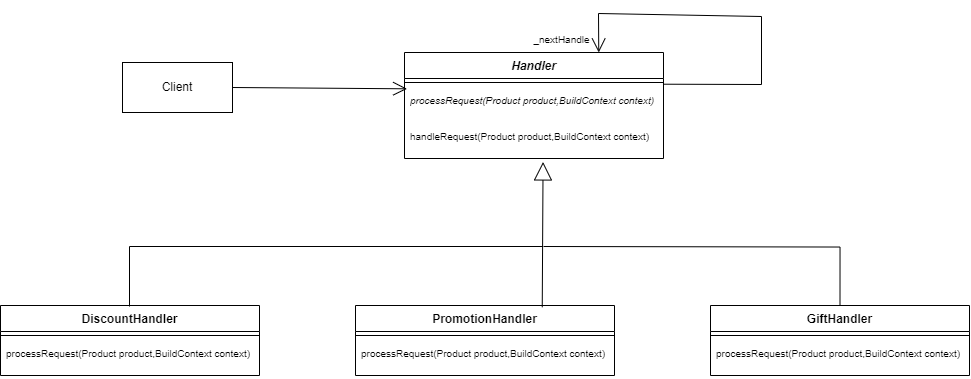
This is diagram.drawio.png from xiangxiang3451/OOAP_03, a draw.io export, as it was before one commit. Source tidied: cells renumbered, new cells last; positions are measured from the earlier drawing's top-left corner, leaving out a move shared by most shapes.
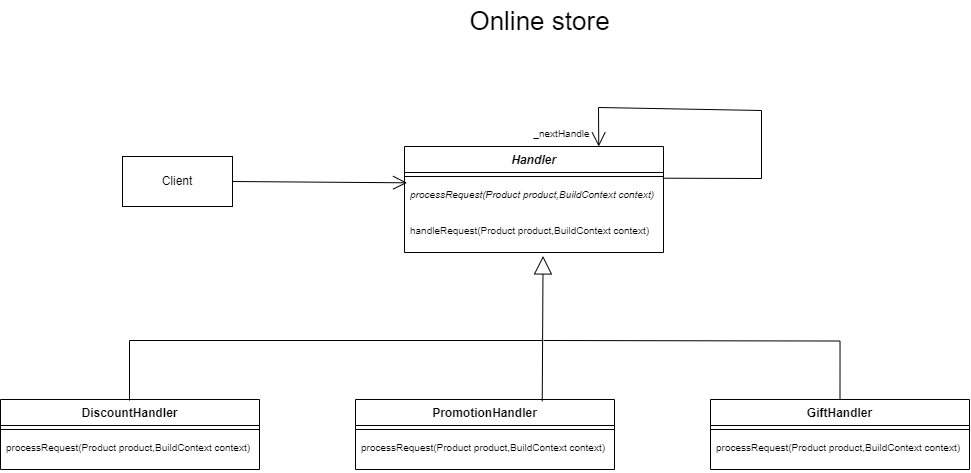
The same file after the commit.

The edit, as a diff of the source:
```diff
@@ -77,5 +77,8 @@
         </Array>
       </mxGeometry>
     </mxCell>
+    <mxCell id="22" value="&lt;font style=&quot;font-size: 26px;&quot;&gt;Online store&lt;/font&gt;" style="text;html=1;align=center;verticalAlign=middle;strokeColor=none;fillColor=none;fontSize=16;" parent="1" vertex="1">
+      <mxGeometry x="460" y="-107" width="158" height="43" as="geometry" />
+    </mxCell>
   </root>
 </mxGraphModel>
```
